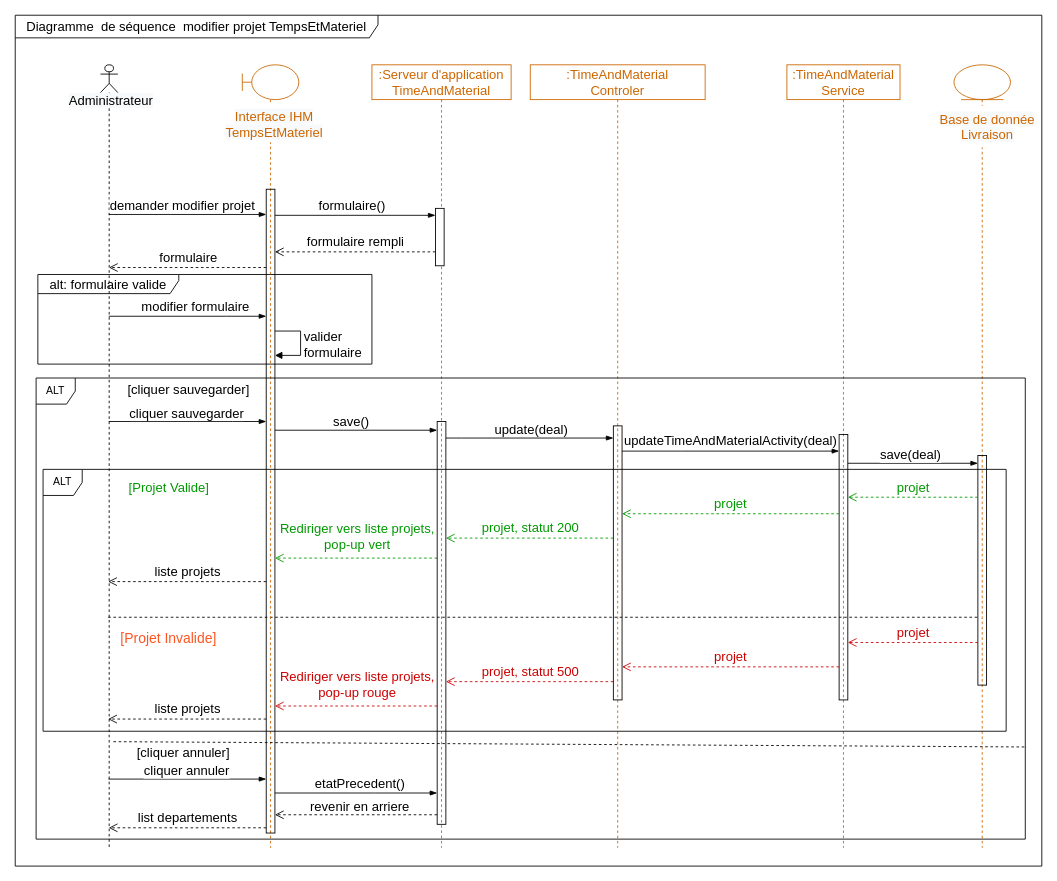
Earlier version of the draw.io diagram Delivery/UpdateTimeAndMaterialProjectDiagrammeSequence.drawio (ZidiMedAmine/UML). Source tidied: cells renumbered, new cells numbered last; positions are measured from the earlier drawing's top-left corner, leaving out a move shared by most shapes. Both pictures are drawn from the tidied source at 87%, with x=0, y=0 at pixel (15, 15).
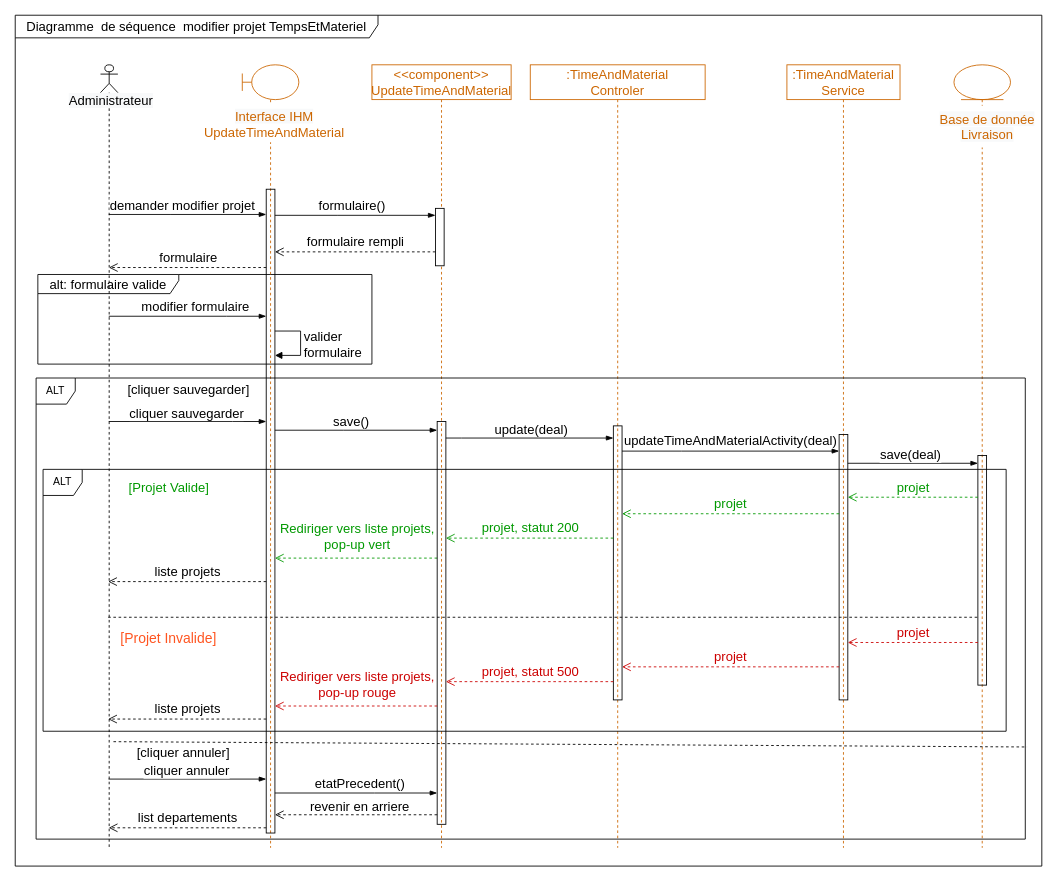
The same diagram, later.

Commit message:
Mettre à jour UpdateTimeAndMaterialProjectDiagrammeSequence.drawio

The change refers to these unchanged cells:
```xml
<mxCell id="14" style="shape=umlLifeline;participant=umlBoundary;perimeter=lifelinePerimeter;whiteSpace=wrap;html=1;verticalAlign=top;spacingTop=36;rounded=0;shadow=0;glass=0;sketch=0;fontSize=15;fillColor=none;fontColor=#CC6600;strokeColor=#CC6600;" parent="1" vertex="1">
  <mxGeometry x="261" y="57" width="65" height="900" as="geometry" />
</mxCell>
```

The edit, as a diff of the source:
```diff
@@
-    <mxCell id="15" value="&lt;span style=&quot;font-family: Helvetica; font-size: 15px; font-style: normal; font-variant-ligatures: normal; font-variant-caps: normal; font-weight: 400; letter-spacing: normal; orphans: 2; text-indent: 0px; text-transform: none; widows: 2; word-spacing: 0px; -webkit-text-stroke-width: 0px; background-color: rgb(248, 249, 250); text-decoration-thickness: initial; text-decoration-style: initial; text-decoration-color: initial; float: none; display: inline !important;&quot;&gt;Interface IHM&lt;/span&gt;&lt;br style=&quot;font-family: Helvetica; font-size: 15px; font-style: normal; font-variant-ligatures: normal; font-variant-caps: normal; font-weight: 400; letter-spacing: normal; orphans: 2; text-indent: 0px; text-transform: none; widows: 2; word-spacing: 0px; -webkit-text-stroke-width: 0px; background-color: rgb(248, 249, 250); text-decoration-thickness: initial; text-decoration-style: initial; text-decoration-color: initial;&quot;&gt;&lt;span style=&quot;font-family: Helvetica; font-size: 15px; font-style: normal; font-variant-ligatures: normal; font-variant-caps: normal; font-weight: 400; letter-spacing: normal; orphans: 2; text-indent: 0px; text-transform: none; widows: 2; word-spacing: 0px; -webkit-text-stroke-width: 0px; background-color: rgb(248, 249, 250); text-decoration-thickness: initial; text-decoration-style: initial; text-decoration-color: initial; float: none; display: inline !important;&quot;&gt;TempsEtMateriel&lt;/span&gt;" style="text;whiteSpace=wrap;html=1;fontSize=15;align=center;fillColor=default;fontColor=#CC6600;" parent="14" vertex="1">
+    <mxCell id="15" value="&lt;span style=&quot;font-family: Helvetica; font-size: 15px; font-style: normal; font-variant-ligatures: normal; font-variant-caps: normal; font-weight: 400; letter-spacing: normal; orphans: 2; text-indent: 0px; text-transform: none; widows: 2; word-spacing: 0px; -webkit-text-stroke-width: 0px; background-color: rgb(248, 249, 250); text-decoration-thickness: initial; text-decoration-style: initial; text-decoration-color: initial; float: none; display: inline !important;&quot;&gt;Interface IHM&lt;/span&gt;&lt;br style=&quot;font-family: Helvetica; font-size: 15px; font-style: normal; font-variant-ligatures: normal; font-variant-caps: normal; font-weight: 400; letter-spacing: normal; orphans: 2; text-indent: 0px; text-transform: none; widows: 2; word-spacing: 0px; -webkit-text-stroke-width: 0px; background-color: rgb(248, 249, 250); text-decoration-thickness: initial; text-decoration-style: initial; text-decoration-color: initial;&quot;&gt;UpdateTimeAndMaterial" style="text;whiteSpace=wrap;html=1;fontSize=15;align=center;fillColor=default;fontColor=#CC6600;" parent="14" vertex="1">
       <mxGeometry x="-24" y="44" width="122" height="45" as="geometry" />
     </mxCell>
@@
-    <mxCell id="26" value=":Serveur d'application&lt;br&gt;TimeAndMaterial" style="shape=umlLifeline;perimeter=lifelinePerimeter;whiteSpace=wrap;html=1;rounded=0;shadow=0;glass=0;sketch=0;fillColor=none;fontSize=15;fontColor=#CC6600;strokeColor=#CC6600;" parent="1" vertex="1">
+    <mxCell id="26" value="&amp;lt;&amp;lt;component&amp;gt;&amp;gt;&lt;br&gt;UpdateTimeAndMaterial" style="shape=umlLifeline;perimeter=lifelinePerimeter;whiteSpace=wrap;html=1;rounded=0;shadow=0;glass=0;sketch=0;fillColor=none;fontSize=15;fontColor=#CC6600;strokeColor=#CC6600;" parent="1" vertex="1">
       <mxGeometry x="410" y="57" width="160" height="900" as="geometry" />
     </mxCell>
```
